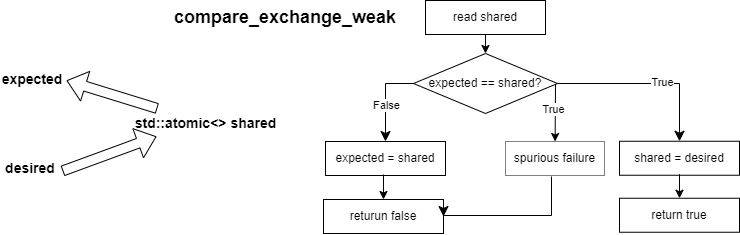
The draw.io diagram cpp/pics/cas.drawio.png in zhaoyan/dev_doc, before a commit. Source tidied: cells renumbered, new cells last; positions are measured from the earlier drawing's top-left corner, leaving out a move shared by most shapes. The source it was exported from:
```xml
<mxGraphModel>
  <root>
    <mxCell id="0" />
    <mxCell id="1" parent="0" />
    <mxCell id="2" value="&lt;b&gt;expected&lt;/b&gt;" style="text;html=1;align=center;verticalAlign=middle;whiteSpace=wrap;rounded=0;fontSize=14;" parent="1" vertex="1">
      <mxGeometry x="2" y="64" width="60" height="30" as="geometry" />
    </mxCell>
    <mxCell id="3" value="&lt;b&gt;desired&lt;/b&gt;" style="text;html=1;align=center;verticalAlign=middle;whiteSpace=wrap;rounded=0;fontSize=14;" parent="1" vertex="1">
      <mxGeometry y="153" width="60" height="30" as="geometry" />
    </mxCell>
    <mxCell id="4" value="&lt;b&gt;std::atomic&amp;lt;&amp;gt; shared&lt;/b&gt;" style="text;html=1;align=center;verticalAlign=middle;whiteSpace=wrap;rounded=0;fontSize=14;" parent="1" vertex="1">
      <mxGeometry x="119" y="108" width="173" height="30" as="geometry" />
    </mxCell>
    <mxCell id="5" style="shape=flexArrow;endArrow=classic;html=1;rounded=0;" parent="1" edge="1" source="4">
      <mxGeometry relative="1" as="geometry">
        <mxPoint x="66" y="80" as="targetPoint" />
      </mxGeometry>
    </mxCell>
    <mxCell id="6" style="shape=flexArrow;endArrow=classic;html=1;rounded=0;exitX=1;exitY=0.75;exitDx=0;exitDy=0;" parent="1" edge="1">
      <mxGeometry relative="1" as="geometry">
        <mxPoint x="62" y="170.5" as="sourcePoint" />
        <mxPoint x="156" y="136" as="targetPoint" />
      </mxGeometry>
    </mxCell>
    <mxCell id="7" value="expected == shared?" style="rhombus;whiteSpace=wrap;html=1;" parent="1" vertex="1">
      <mxGeometry x="413" y="53" width="144" height="60" as="geometry" />
    </mxCell>
    <mxCell id="8" value="expected = shared" style="rounded=0;whiteSpace=wrap;html=1;" parent="1" vertex="1">
      <mxGeometry x="325" y="141" width="120" height="34" as="geometry" />
    </mxCell>
    <mxCell id="9" style="edgeStyle=segmentEdgeStyle;endArrow=classic;html=1;curved=0;rounded=0;endSize=8;startSize=8;exitX=0;exitY=0.5;exitDx=0;exitDy=0;" parent="1" edge="1" source="7" target="8">
      <mxGeometry relative="1" as="geometry" />
    </mxCell>
    <mxCell id="10" value="False" style="edgeLabel;html=1;align=center;verticalAlign=middle;" parent="9" vertex="1">
      <mxGeometry x="0.15" y="1" relative="1" as="geometry" />
    </mxCell>
    <mxCell id="11" style="edgeStyle=segmentEdgeStyle;endArrow=classic;html=1;curved=0;rounded=0;endSize=8;startSize=8;exitX=1;exitY=0.5;exitDx=0;exitDy=0;entryX=0.5;entryY=0;entryDx=0;entryDy=0;" parent="1" edge="1" source="7" target="13">
      <mxGeometry relative="1" as="geometry" />
    </mxCell>
    <mxCell id="12" value="True" style="edgeLabel;html=1;align=center;verticalAlign=middle;" parent="11" vertex="1">
      <mxGeometry x="0.15" y="1" relative="1" as="geometry" />
    </mxCell>
    <mxCell id="13" value="shared = desired" style="rounded=0;whiteSpace=wrap;html=1;" parent="1" vertex="1">
      <mxGeometry x="619" y="140.8" width="120" height="34" as="geometry" />
    </mxCell>
    <mxCell id="14" value="read shared" style="rounded=0;whiteSpace=wrap;html=1;" parent="1" vertex="1">
      <mxGeometry x="425" width="120" height="34" as="geometry" />
    </mxCell>
    <mxCell id="15" style="endArrow=classic;html=1;rounded=0;exitX=0.5;exitY=1;exitDx=0;exitDy=0;" parent="1" edge="1" source="14" target="7">
      <mxGeometry relative="1" as="geometry" />
    </mxCell>
    <mxCell id="16" value="returun false" style="rounded=0;whiteSpace=wrap;html=1;" parent="1" vertex="1">
      <mxGeometry x="323" y="199" width="120" height="34" as="geometry" />
    </mxCell>
    <mxCell id="17" value="return true" style="rounded=0;whiteSpace=wrap;html=1;" parent="1" vertex="1">
      <mxGeometry x="619" y="197.8" width="120" height="34" as="geometry" />
    </mxCell>
    <mxCell id="18" style="endArrow=classic;html=1;rounded=0;entryX=0.5;entryY=0;entryDx=0;entryDy=0;" parent="1" edge="1" target="16">
      <mxGeometry relative="1" as="geometry">
        <mxPoint x="383" y="174" as="sourcePoint" />
      </mxGeometry>
    </mxCell>
    <mxCell id="19" style="endArrow=classic;html=1;rounded=0;" parent="1" edge="1" target="17">
      <mxGeometry relative="1" as="geometry">
        <mxPoint x="679" y="173.8" as="sourcePoint" />
      </mxGeometry>
    </mxCell>
    <mxCell id="20" value="spurious failure" style="rounded=0;whiteSpace=wrap;html=1;dashed=1;dashPattern=1 1;" parent="1" vertex="1">
      <mxGeometry x="505" y="141" width="99" height="34" as="geometry" />
    </mxCell>
    <mxCell id="21" style="endArrow=classic;html=1;rounded=0;" parent="1" edge="1" target="20">
      <mxGeometry relative="1" as="geometry">
        <mxPoint x="555" y="84" as="sourcePoint" />
      </mxGeometry>
    </mxCell>
    <mxCell id="22" value="True" style="edgeLabel;html=1;align=center;verticalAlign=middle;" parent="21" vertex="1">
      <mxGeometry x="-0.13" y="-2" relative="1" as="geometry" />
    </mxCell>
    <mxCell id="23" style="edgeStyle=segmentEdgeStyle;endArrow=classic;html=1;curved=0;rounded=0;endSize=8;startSize=8;entryX=1;entryY=0.5;entryDx=0;entryDy=0;" parent="1" edge="1" target="16">
      <mxGeometry relative="1" as="geometry">
        <mxPoint x="551" y="176" as="sourcePoint" />
        <Array as="points">
          <mxPoint x="551" y="215" />
          <mxPoint x="443" y="215" />
        </Array>
      </mxGeometry>
    </mxCell>
    <mxCell id="24" value="&lt;font style=&quot;font-size: 18px;&quot;&gt;&lt;b&gt;compare_exchange_weak&lt;/b&gt;&lt;/font&gt;" style="text;html=1;align=center;verticalAlign=middle;whiteSpace=wrap;rounded=0;" parent="1" vertex="1">
      <mxGeometry x="255" y="2" width="60" height="30" as="geometry" />
    </mxCell>
  </root>
</mxGraphModel>
```
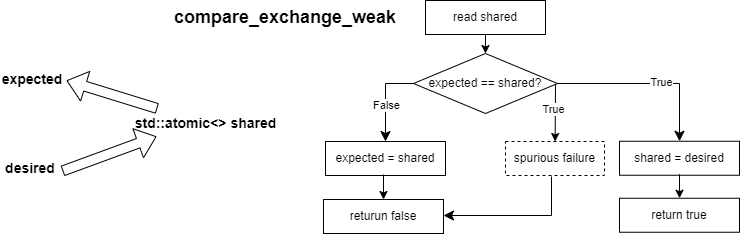
Later version of the same file.

Change to the diagram source:
```diff
@@ -65,7 +65,7 @@
         <mxPoint x="679" y="173.8" as="sourcePoint" />
       </mxGeometry>
     </mxCell>
-    <mxCell id="20" value="spurious failure" style="rounded=0;whiteSpace=wrap;html=1;dashed=1;dashPattern=1 1;" parent="1" vertex="1">
+    <mxCell id="20" value="spurious failure" style="rounded=0;whiteSpace=wrap;html=1;dashed=1;" parent="1" vertex="1">
       <mxGeometry x="505" y="141" width="99" height="34" as="geometry" />
     </mxCell>
     <mxCell id="21" style="endArrow=classic;html=1;rounded=0;" parent="1" edge="1" target="20">
@@ -76,9 +76,10 @@
     <mxCell id="22" value="True" style="edgeLabel;html=1;align=center;verticalAlign=middle;" parent="21" vertex="1">
       <mxGeometry x="-0.13" y="-2" relative="1" as="geometry" />
     </mxCell>
-    <mxCell id="23" style="edgeStyle=segmentEdgeStyle;endArrow=classic;html=1;curved=0;rounded=0;endSize=8;startSize=8;entryX=1;entryY=0.5;entryDx=0;entryDy=0;" parent="1" edge="1" target="16">
+    <mxCell id="23" style="edgeStyle=segmentEdgeStyle;endArrow=classic;html=1;curved=0;rounded=0;endSize=8;startSize=8;" parent="1" edge="1">
       <mxGeometry relative="1" as="geometry">
         <mxPoint x="551" y="176" as="sourcePoint" />
+        <mxPoint x="443" y="215" as="targetPoint" />
         <Array as="points">
           <mxPoint x="551" y="215" />
           <mxPoint x="443" y="215" />
```
